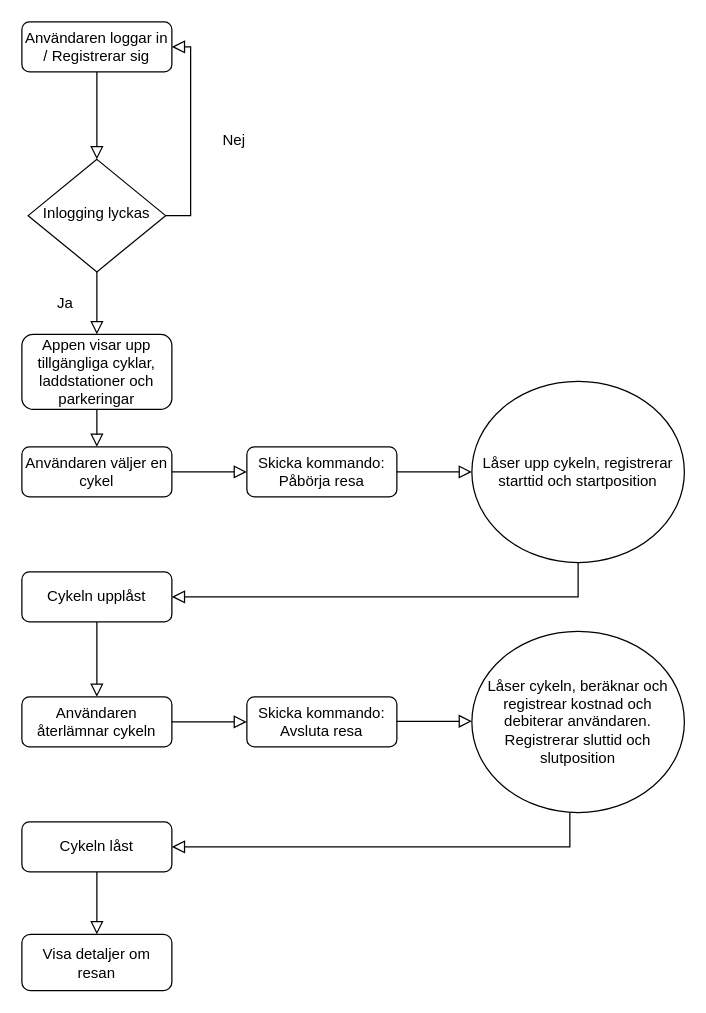
Above: 2_kundens_app/användarens_app.drawio.xml in sonnerberg/vteam-sds (draw.io), before the change. Source tidied: cells renumbered, new cells numbered last; positions are measured from the earlier drawing's top-left corner, leaving out a move shared by most shapes. Both pictures are drawn from the tidied source at 125%, with x=0, y=0 at pixel (21, 21).
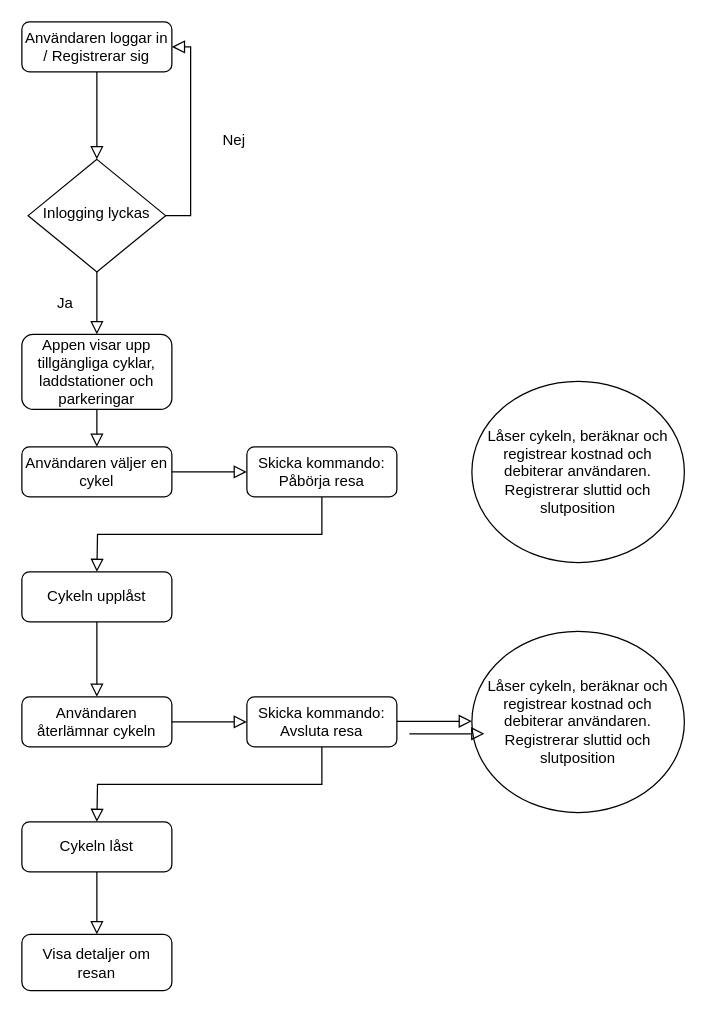
Above is the later version.

Commit message:
Uppdatera diagram för användarens app

Unchanged cells that the change refers to:
```xml
<mxCell id="10" value="Cykeln upplåst" style="rounded=1;whiteSpace=wrap;html=1;fontSize=12;glass=0;strokeWidth=1;shadow=0;" parent="1" vertex="1">
  <mxGeometry y="440" width="120" height="40" as="geometry" />
</mxCell>
<mxCell id="13" value="Cykeln låst" style="rounded=1;whiteSpace=wrap;html=1;fontSize=12;glass=0;strokeWidth=1;shadow=0;" parent="1" vertex="1">
  <mxGeometry y="640" width="120" height="40" as="geometry" />
</mxCell>
<mxCell id="17" value="Skicka kommando: Påbörja resa" style="rounded=1;whiteSpace=wrap;html=1;fontSize=12;glass=0;strokeWidth=1;shadow=0;" parent="1" vertex="1">
  <mxGeometry x="180" y="340" width="120" height="40" as="geometry" />
</mxCell>
<mxCell id="18" value="Skicka kommando: Avsluta resa" style="rounded=1;whiteSpace=wrap;html=1;fontSize=12;glass=0;strokeWidth=1;shadow=0;" parent="1" vertex="1">
  <mxGeometry x="180" y="540" width="120" height="40" as="geometry" />
</mxCell>
<mxCell id="22" value="Låser cykeln, beräknar och registrear kostnad och debiterar användaren. Registrerar sluttid och slutposition" style="ellipse;whiteSpace=wrap;html=1;" parent="1" vertex="1">
  <mxGeometry x="360" y="487.5" width="170" height="145" as="geometry" />
</mxCell>
```

The edit, as a diff of the source:
```diff
@@
+    <mxCell id="28" style="rounded=0;html=1;jettySize=auto;fontSize=11;endArrow=block;endFill=0;endSize=8;strokeWidth=1;shadow=0;labelBackgroundColor=none;edgeStyle=orthogonalEdgeStyle;exitX=0.5;exitY=1;exitDx=0;exitDy=0;" parent="1" edge="1" source="17">
+      <mxGeometry relative="1" as="geometry">
+        <mxPoint x="60" y="440" as="targetPoint" />
+      </mxGeometry>
+    </mxCell>
@@
+    <mxCell id="29" style="rounded=0;html=1;jettySize=auto;fontSize=11;endArrow=block;endFill=0;endSize=8;strokeWidth=1;shadow=0;labelBackgroundColor=none;edgeStyle=orthogonalEdgeStyle;exitX=0.5;exitY=1;exitDx=0;exitDy=0;" parent="1" edge="1" source="18">
+      <mxGeometry relative="1" as="geometry">
+        <mxPoint x="60" y="640" as="targetPoint" />
+      </mxGeometry>
+    </mxCell>
@@
-    <mxCell id="23" value="Låser upp cykeln, registrerar starttid och startposition" style="ellipse;whiteSpace=wrap;html=1;" parent="1" vertex="1">
+    <mxCell id="23" value="Låser cykeln, beräknar och registrear kostnad och debiterar användaren. Registrerar sluttid och slutposition" style="ellipse;whiteSpace=wrap;html=1;" parent="1" vertex="1">
       <mxGeometry x="360" y="287.5" width="170" height="145" as="geometry" />
     </mxCell>
@@
-    <mxCell id="25" style="rounded=0;html=1;jettySize=auto;fontSize=11;endArrow=block;endFill=0;endSize=8;strokeWidth=1;shadow=0;labelBackgroundColor=none;edgeStyle=orthogonalEdgeStyle;exitX=1;exitY=0.5;exitDx=0;exitDy=0;" parent="1" edge="1" source="17" target="23">
-      <mxGeometry relative="1" as="geometry" />
+    <mxCell id="25" style="rounded=0;html=1;jettySize=auto;orthogonalLoop=1;fontSize=11;endArrow=block;endFill=0;endSize=8;strokeWidth=1;shadow=0;labelBackgroundColor=none;edgeStyle=orthogonalEdgeStyle;exitX=1;exitY=0.5;exitDx=0;exitDy=0;entryX=0;entryY=0.5;entryDx=0;entryDy=0;" parent="1" edge="1">
+      <mxGeometry relative="1" as="geometry">
+        <mxPoint x="310" y="569.5" as="sourcePoint" />
+        <mxPoint x="370" y="569.5" as="targetPoint" />
+      </mxGeometry>
     </mxCell>
-    <mxCell id="26" style="rounded=0;html=1;jettySize=auto;fontSize=11;endArrow=block;endFill=0;endSize=8;strokeWidth=1;shadow=0;labelBackgroundColor=none;edgeStyle=orthogonalEdgeStyle;exitX=0.461;exitY=1.001;exitDx=0;exitDy=0;entryX=1;entryY=0.5;entryDx=0;entryDy=0;exitPerimeter=0;" parent="1" edge="1" source="22" target="13">
-      <mxGeometry relative="1" as="geometry" />
-    </mxCell>
-    <mxCell id="27" style="rounded=0;html=1;jettySize=auto;fontSize=11;endArrow=block;endFill=0;endSize=8;strokeWidth=1;shadow=0;labelBackgroundColor=none;edgeStyle=orthogonalEdgeStyle;exitX=0.5;exitY=1;exitDx=0;exitDy=0;entryX=1;entryY=0.5;entryDx=0;entryDy=0;" parent="1" edge="1" source="23" target="10">
-      <mxGeometry relative="1" as="geometry" />
-    </mxCell>
```
